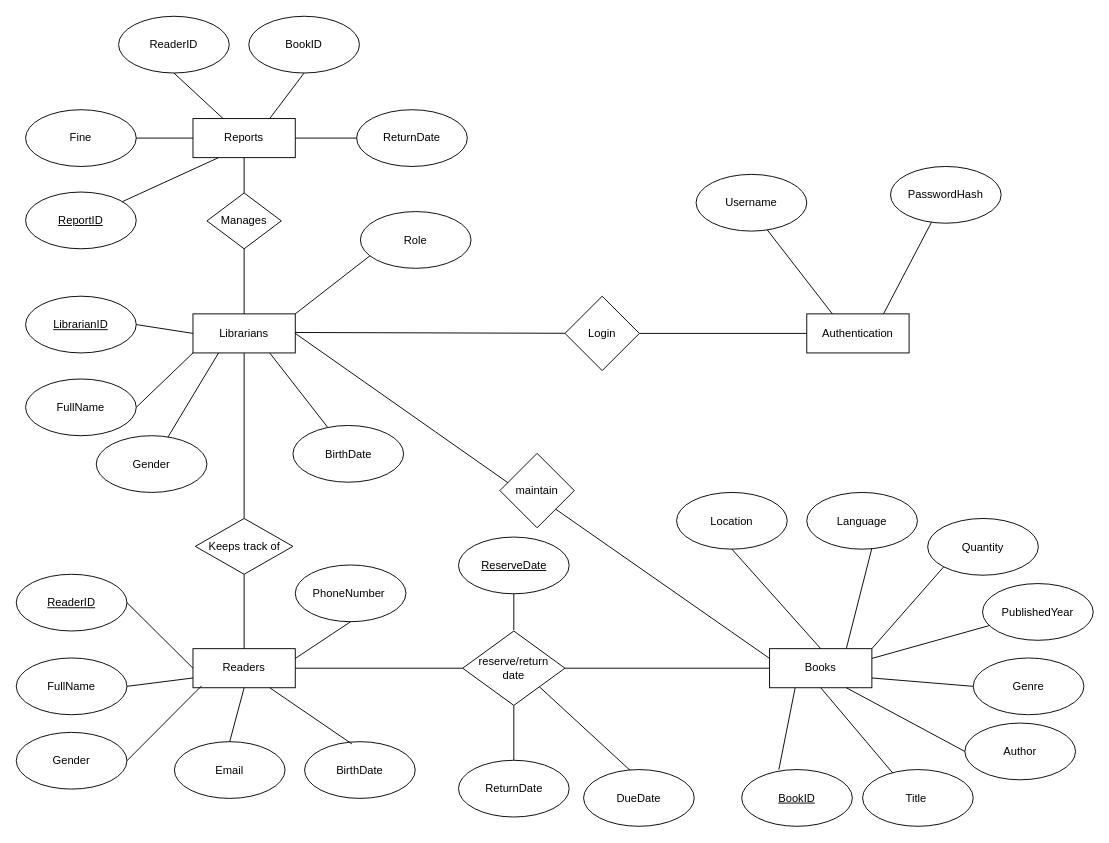
Before: .idea/library.drawio in thanhpro0802/demo, a draw.io diagram. Source tidied: cells renumbered, new cells numbered last; positions are measured from the earlier drawing's top-left corner, leaving out a move shared by most shapes. Both pictures are drawn from the tidied source at 93%, with x=0, y=0 at pixel (16, 16).
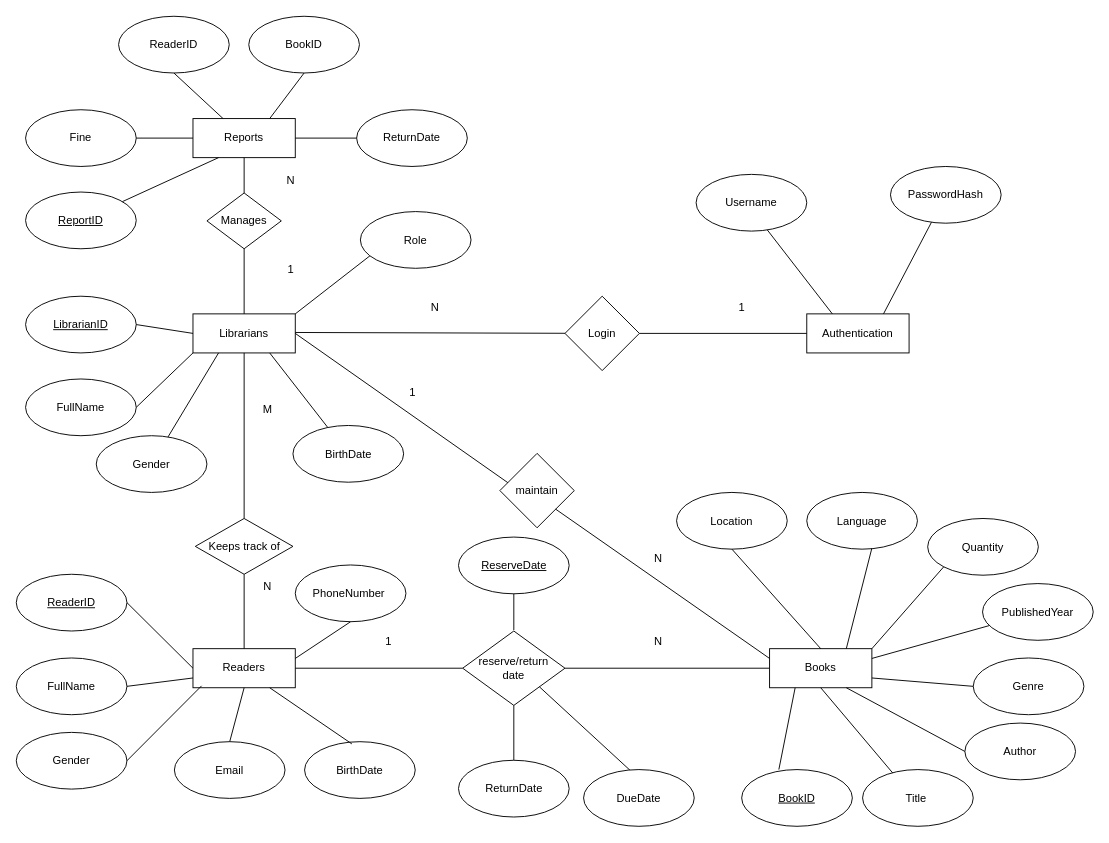
The same page after the edit.

The edit, as a diff of the source:
```diff
@@
+    <mxCell id="80" value="N" style="text;html=1;align=center;verticalAlign=middle;strokeColor=none;fillColor=none;" parent="1" vertex="1">
+      <mxGeometry x="280" y="161.5" width="30" height="30" as="geometry" />
+    </mxCell>
+    <mxCell id="81" value="1" style="text;html=1;align=center;verticalAlign=middle;strokeColor=none;fillColor=none;" parent="1" vertex="1">
+      <mxGeometry x="280" y="258" width="30" height="30" as="geometry" />
+    </mxCell>
+    <mxCell id="82" value="M" style="text;html=1;align=center;verticalAlign=middle;strokeColor=none;fillColor=none;" parent="1" vertex="1">
+      <mxGeometry x="255" y="408" width="30" height="30" as="geometry" />
+    </mxCell>
+    <mxCell id="83" value="N" style="text;html=1;align=center;verticalAlign=middle;strokeColor=none;fillColor=none;" parent="1" vertex="1">
+      <mxGeometry x="255" y="598" width="30" height="30" as="geometry" />
+    </mxCell>
+    <mxCell id="84" value="1" style="text;html=1;align=center;verticalAlign=middle;strokeColor=none;fillColor=none;" parent="1" vertex="1">
+      <mxGeometry x="385" y="658" width="30" height="30" as="geometry" />
+    </mxCell>
+    <mxCell id="85" value="N" style="text;html=1;align=center;verticalAlign=middle;strokeColor=none;fillColor=none;" parent="1" vertex="1">
+      <mxGeometry x="675" y="658" width="30" height="30" as="geometry" />
+    </mxCell>
+    <mxCell id="86" value="1" style="text;html=1;align=center;verticalAlign=middle;strokeColor=none;fillColor=none;" parent="1" vertex="1">
+      <mxGeometry x="410.5" y="390" width="30" height="30" as="geometry" />
+    </mxCell>
+    <mxCell id="87" value="N" style="text;html=1;align=center;verticalAlign=middle;strokeColor=none;fillColor=none;" parent="1" vertex="1">
+      <mxGeometry x="675" y="568" width="30" height="30" as="geometry" />
+    </mxCell>
+    <mxCell id="88" value="N" style="text;html=1;align=center;verticalAlign=middle;strokeColor=none;fillColor=none;" parent="1" vertex="1">
+      <mxGeometry x="435" y="298" width="30" height="30" as="geometry" />
+    </mxCell>
+    <mxCell id="89" value="1" style="text;html=1;align=center;verticalAlign=middle;strokeColor=none;fillColor=none;" parent="1" vertex="1">
+      <mxGeometry x="765" y="298" width="30" height="30" as="geometry" />
+    </mxCell>
```
